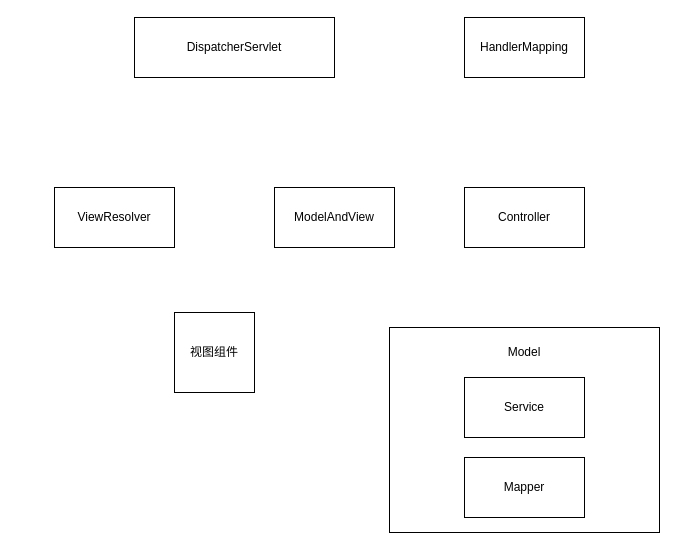
This is MVC.drawio from Alkaidar/draw, a draw.io file, before an edit. Source tidied: cells renumbered, new cells numbered last; positions are measured from the earlier drawing's top-left corner, leaving out a move shared by most shapes. Both pictures are drawn from the tidied source at 100%, with x=0, y=0 at pixel (54, 17).
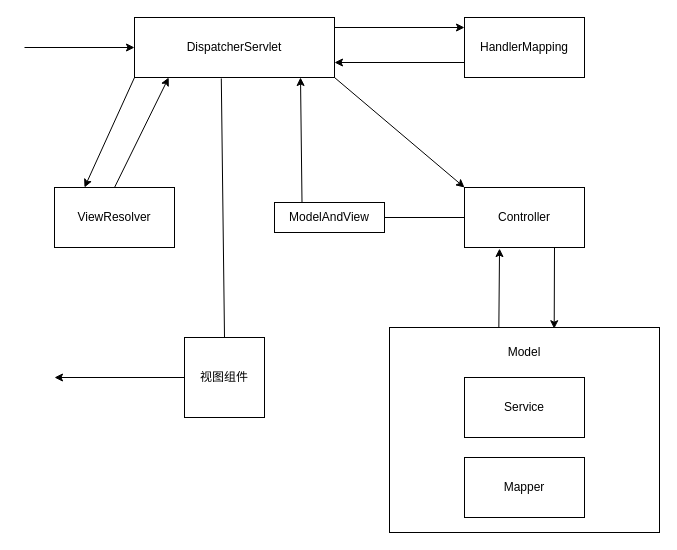
After the change.

The change refers to these unchanged cells:
```xml
<mxCell id="2" value="DispatcherServlet" style="rounded=0;whiteSpace=wrap;html=1;" parent="1" vertex="1">
  <mxGeometry x="80" width="200" height="60" as="geometry" />
</mxCell>
<mxCell id="3" value="HandlerMapping" style="rounded=0;whiteSpace=wrap;html=1;" parent="1" vertex="1">
  <mxGeometry x="410" width="120" height="60" as="geometry" />
</mxCell>
<mxCell id="4" value="Controller" style="rounded=0;whiteSpace=wrap;html=1;" parent="1" vertex="1">
  <mxGeometry x="410" y="170" width="120" height="60" as="geometry" />
</mxCell>
<mxCell id="6" value="ViewResolver" style="rounded=0;whiteSpace=wrap;html=1;" parent="1" vertex="1">
  <mxGeometry y="170" width="120" height="60" as="geometry" />
</mxCell>
<mxCell id="8" style="rounded=0;whiteSpace=wrap;html=1;" parent="1" vertex="1">
  <mxGeometry x="335" y="310" width="270" height="205" as="geometry" />
</mxCell>
```

Change to the diagram source:
```diff
@@
     <mxCell id="5" value="ModelAndView" style="rounded=0;whiteSpace=wrap;html=1;" parent="1" vertex="1">
-      <mxGeometry x="220" y="170" width="120" height="60" as="geometry" />
+      <mxGeometry x="220" y="185" width="110" height="30" as="geometry" />
     </mxCell>
@@
     <mxCell id="7" value="视图组件" style="whiteSpace=wrap;html=1;" parent="1" vertex="1">
-      <mxGeometry x="120" y="295" width="80" height="80" as="geometry" />
+      <mxGeometry x="130" y="320" width="80" height="80" as="geometry" />
     </mxCell>
@@
+    <mxCell id="12" style="endArrow=classic;html=1;rounded=0;entryX=0;entryY=0.5;entryDx=0;entryDy=0;" parent="1" edge="1" target="2">
+      <mxGeometry relative="1" as="geometry">
+        <mxPoint x="-30" y="30" as="sourcePoint" />
+      </mxGeometry>
+    </mxCell>
+    <mxCell id="13" style="endArrow=classic;html=1;rounded=0;entryX=0;entryY=0.5;entryDx=0;entryDy=0;exitX=1;exitY=0.5;exitDx=0;exitDy=0;" parent="1" edge="1">
+      <mxGeometry relative="1" as="geometry">
+        <mxPoint x="280" y="10" as="sourcePoint" />
+        <mxPoint x="410" y="10" as="targetPoint" />
+      </mxGeometry>
+    </mxCell>
+    <mxCell id="14" style="endArrow=classic;html=1;rounded=0;exitX=1;exitY=1;exitDx=0;exitDy=0;entryX=0;entryY=0;entryDx=0;entryDy=0;" parent="1" edge="1" source="2" target="4">
+      <mxGeometry relative="1" as="geometry" />
+    </mxCell>
+    <mxCell id="15" style="endArrow=classic;html=1;rounded=0;exitX=0;exitY=0.75;exitDx=0;exitDy=0;entryX=1;entryY=0.75;entryDx=0;entryDy=0;" parent="1" edge="1" source="3" target="2">
+      <mxGeometry relative="1" as="geometry" />
+    </mxCell>
+    <mxCell id="16" style="endArrow=none;html=1;rounded=0;entryX=0;entryY=0.5;entryDx=0;entryDy=0;exitX=1;exitY=0.5;exitDx=0;exitDy=0;" parent="1" edge="1" source="5" target="4">
+      <mxGeometry relative="1" as="geometry" />
+    </mxCell>
+    <mxCell id="17" style="endArrow=classic;html=1;rounded=0;entryX=0.83;entryY=1;entryDx=0;entryDy=0;entryPerimeter=0;exitX=0.25;exitY=0;exitDx=0;exitDy=0;" parent="1" edge="1" source="5" target="2">
+      <mxGeometry relative="1" as="geometry" />
+    </mxCell>
+    <mxCell id="18" style="endArrow=classic;html=1;rounded=0;exitX=0.75;exitY=1;exitDx=0;exitDy=0;entryX=0.61;entryY=0.006;entryDx=0;entryDy=0;entryPerimeter=0;" parent="1" edge="1" source="4" target="8">
+      <mxGeometry relative="1" as="geometry" />
+    </mxCell>
+    <mxCell id="19" style="endArrow=classic;html=1;rounded=0;entryX=0.292;entryY=1.018;entryDx=0;entryDy=0;entryPerimeter=0;exitX=0.405;exitY=-0.001;exitDx=0;exitDy=0;exitPerimeter=0;" parent="1" edge="1" source="8" target="4">
+      <mxGeometry relative="1" as="geometry" />
+    </mxCell>
+    <mxCell id="20" style="endArrow=none;html=1;rounded=0;entryX=0.434;entryY=1.016;entryDx=0;entryDy=0;entryPerimeter=0;exitX=0.5;exitY=0;exitDx=0;exitDy=0;" parent="1" edge="1" source="7" target="2">
+      <mxGeometry relative="1" as="geometry" />
+    </mxCell>
+    <mxCell id="21" style="endArrow=classic;html=1;rounded=0;exitX=0;exitY=0.5;exitDx=0;exitDy=0;" parent="1" edge="1" source="7">
+      <mxGeometry relative="1" as="geometry">
+        <mxPoint y="360" as="targetPoint" />
+      </mxGeometry>
+    </mxCell>
+    <mxCell id="22" style="endArrow=classic;html=1;rounded=0;exitX=0;exitY=1;exitDx=0;exitDy=0;entryX=0.25;entryY=0;entryDx=0;entryDy=0;" parent="1" edge="1" source="2" target="6">
+      <mxGeometry relative="1" as="geometry" />
+    </mxCell>
+    <mxCell id="23" style="endArrow=classic;html=1;rounded=0;exitX=0.5;exitY=0;exitDx=0;exitDy=0;entryX=0.171;entryY=1;entryDx=0;entryDy=0;entryPerimeter=0;" parent="1" edge="1" source="6" target="2">
+      <mxGeometry relative="1" as="geometry" />
+    </mxCell>
```
